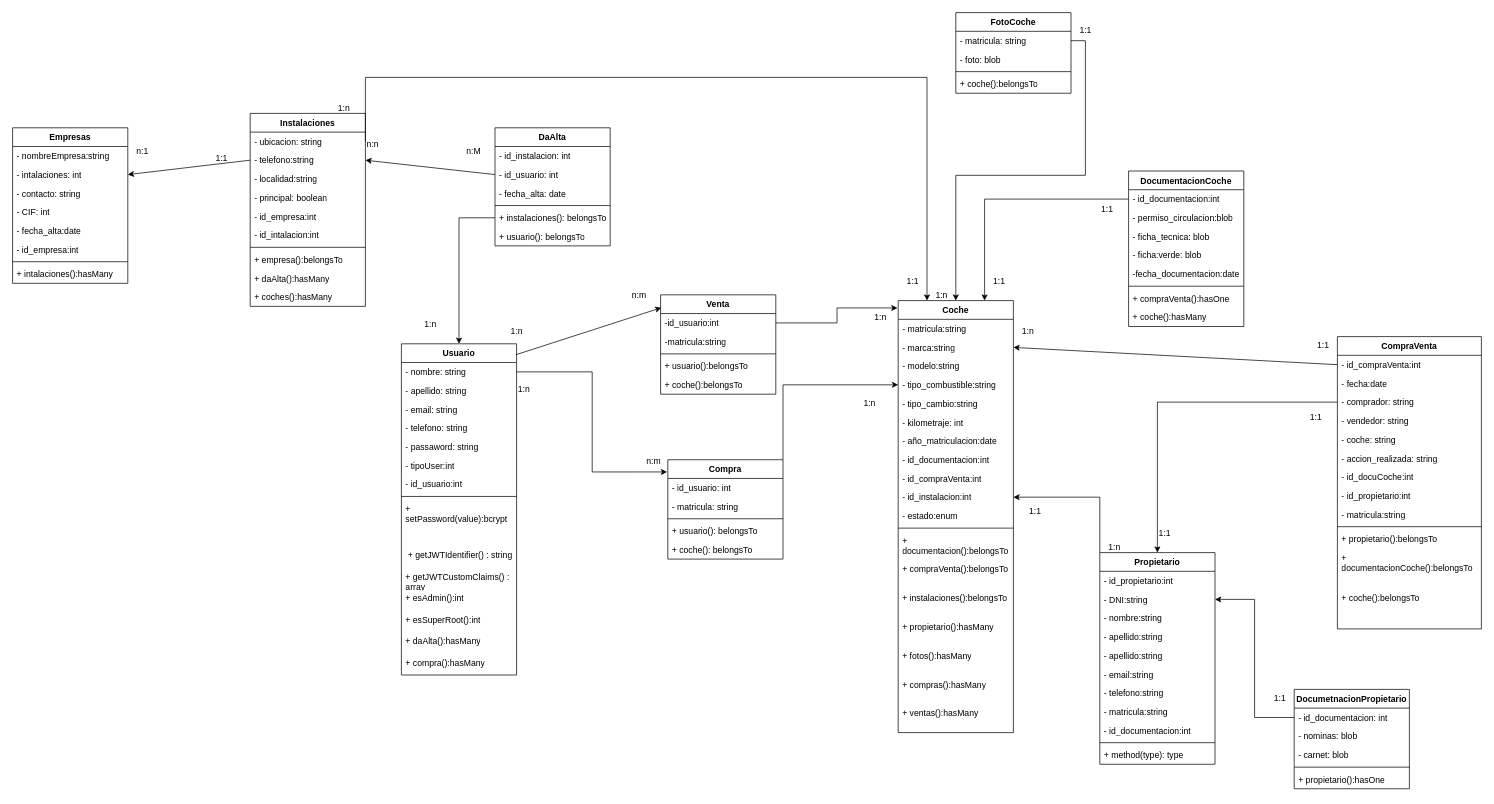
Earlier version of the draw.io diagram DOCS/Diagramas/DiagramaDeClases.drawio (nachete905/Gestor-documental). Source tidied: cells renumbered, new cells numbered last; positions are measured from the earlier drawing's top-left corner, leaving out a move shared by most shapes. Both pictures are drawn from the tidied source at 72%, with x=0, y=0 at pixel (12, 12).
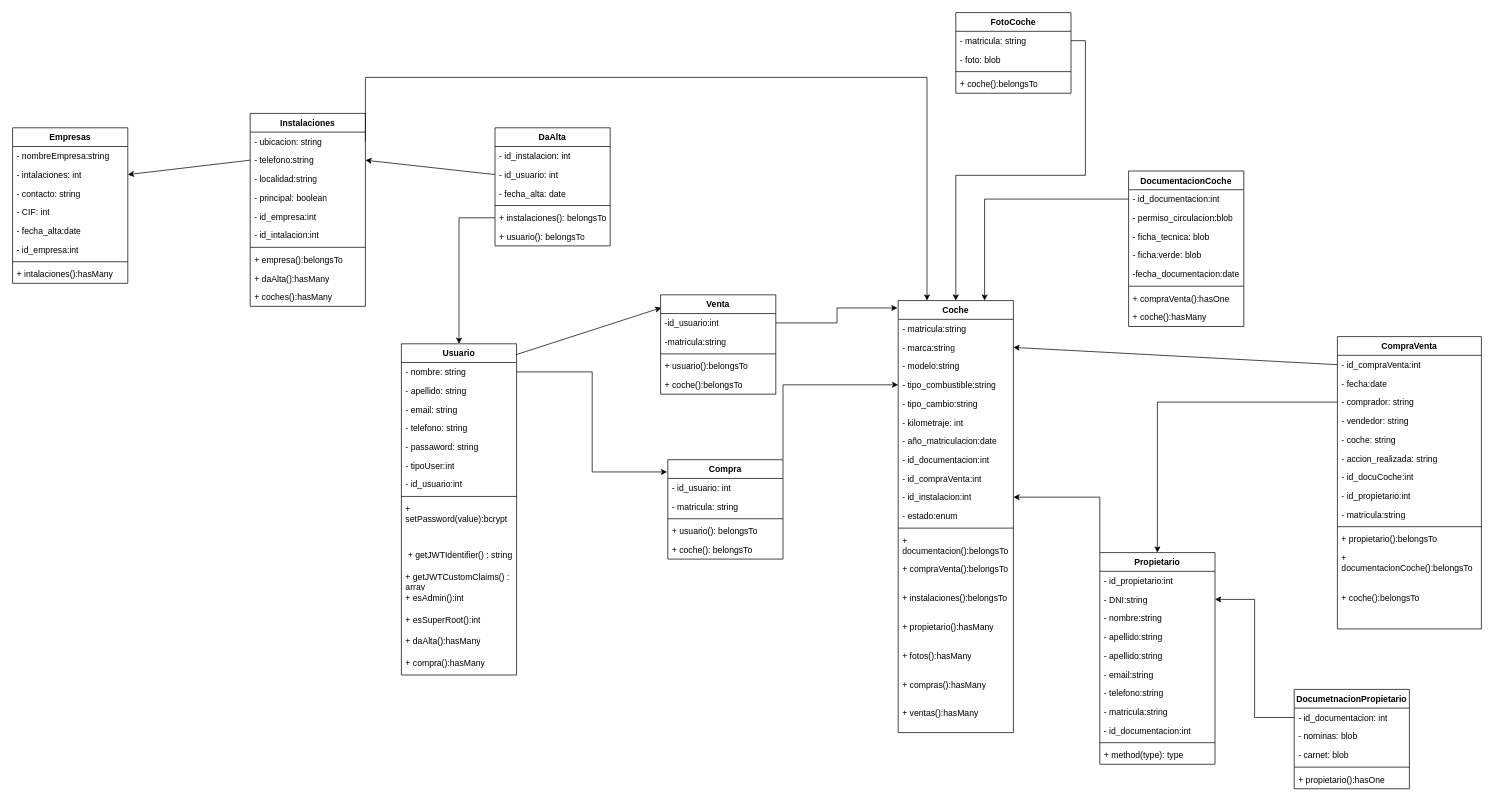
Above is the later version.

What changed in the source:
```diff
@@
-    <mxCell id="136" value="n:1" style="text;html=1;align=center;verticalAlign=middle;strokeColor=none;fillColor=none;" parent="1" vertex="1">
-      <mxGeometry x="160" y="178" width="40" height="30" as="geometry" />
-    </mxCell>
-    <mxCell id="137" value="1:1" style="text;html=1;align=center;verticalAlign=middle;strokeColor=none;fillColor=none;" parent="1" vertex="1">
-      <mxGeometry x="270" y="188" width="40" height="30" as="geometry" />
-    </mxCell>
-    <mxCell id="138" value="n:n" style="text;html=1;align=center;verticalAlign=middle;strokeColor=none;fillColor=none;" parent="1" vertex="1">
-      <mxGeometry x="480" y="168" width="40" height="30" as="geometry" />
-    </mxCell>
-    <mxCell id="139" value="n:M" style="text;html=1;align=center;verticalAlign=middle;strokeColor=none;fillColor=none;" parent="1" vertex="1">
-      <mxGeometry x="620" y="178" width="40" height="30" as="geometry" />
-    </mxCell>
-    <mxCell id="140" value="1:n" style="text;html=1;align=center;verticalAlign=middle;strokeColor=none;fillColor=none;" parent="1" vertex="1">
-      <mxGeometry x="560" y="418" width="40" height="30" as="geometry" />
-    </mxCell>
-    <mxCell id="141" value="1:n" style="text;html=1;align=center;verticalAlign=middle;strokeColor=none;fillColor=none;" parent="1" vertex="1">
-      <mxGeometry x="680" y="428" width="40" height="30" as="geometry" />
-    </mxCell>
-    <mxCell id="142" value="1:n" style="text;html=1;align=center;verticalAlign=middle;strokeColor=none;fillColor=none;" parent="1" vertex="1">
-      <mxGeometry x="690" y="508" width="40" height="30" as="geometry" />
-    </mxCell>
-    <mxCell id="143" value="n:m" style="text;html=1;align=center;verticalAlign=middle;strokeColor=none;fillColor=none;" parent="1" vertex="1">
-      <mxGeometry x="850" y="378" width="40" height="30" as="geometry" />
-    </mxCell>
-    <mxCell id="144" value="n:m" style="text;html=1;align=center;verticalAlign=middle;strokeColor=none;fillColor=none;" parent="1" vertex="1">
-      <mxGeometry x="870" y="608" width="40" height="30" as="geometry" />
-    </mxCell>
-    <mxCell id="145" value="1:1" style="text;html=1;align=center;verticalAlign=middle;strokeColor=none;fillColor=none;" parent="1" vertex="1">
-      <mxGeometry x="1470" y="10" width="40" height="30" as="geometry" />
-    </mxCell>
-    <mxCell id="146" value="1:n" style="text;html=1;align=center;verticalAlign=middle;strokeColor=none;fillColor=none;" parent="1" vertex="1">
-      <mxGeometry x="1270" y="378" width="40" height="30" as="geometry" />
-    </mxCell>
-    <mxCell id="147" value="1:n" style="text;html=1;align=center;verticalAlign=middle;strokeColor=none;fillColor=none;" parent="1" vertex="1">
-      <mxGeometry x="1185" y="408" width="40" height="30" as="geometry" />
-    </mxCell>
-    <mxCell id="148" value="1:n" style="text;html=1;align=center;verticalAlign=middle;strokeColor=none;fillColor=none;" parent="1" vertex="1">
-      <mxGeometry x="1170" y="528" width="40" height="30" as="geometry" />
-    </mxCell>
@@
-    <mxCell id="150" value="1:1" style="text;html=1;align=center;verticalAlign=middle;strokeColor=none;fillColor=none;" parent="1" vertex="1">
-      <mxGeometry x="1230" y="358" width="40" height="30" as="geometry" />
-    </mxCell>
-    <mxCell id="151" value="1:n" style="text;html=1;align=center;verticalAlign=middle;strokeColor=none;fillColor=none;" parent="1" vertex="1">
-      <mxGeometry x="440" y="118" width="40" height="30" as="geometry" />
-    </mxCell>
-    <mxCell id="152" value="1:1" style="text;html=1;align=center;verticalAlign=middle;strokeColor=none;fillColor=none;" parent="1" vertex="1">
-      <mxGeometry x="1400" y="678" width="40" height="30" as="geometry" />
-    </mxCell>
-    <mxCell id="153" value="1:n" style="text;html=1;align=center;verticalAlign=middle;strokeColor=none;fillColor=none;" parent="1" vertex="1">
-      <mxGeometry x="1510" y="728" width="40" height="30" as="geometry" />
-    </mxCell>
-    <mxCell id="154" value="1:1" style="text;html=1;align=center;verticalAlign=middle;strokeColor=none;fillColor=none;" parent="1" vertex="1">
-      <mxGeometry x="1580" y="708" width="40" height="30" as="geometry" />
-    </mxCell>
-    <mxCell id="155" value="1:1" style="text;html=1;align=center;verticalAlign=middle;strokeColor=none;fillColor=none;" parent="1" vertex="1">
-      <mxGeometry x="1740" y="938" width="40" height="30" as="geometry" />
-    </mxCell>
-    <mxCell id="156" value="1:n" style="text;html=1;align=center;verticalAlign=middle;strokeColor=none;fillColor=none;" parent="1" vertex="1">
-      <mxGeometry x="1390" y="428" width="40" height="30" as="geometry" />
-    </mxCell>
-    <mxCell id="157" value="1:1" style="text;html=1;align=center;verticalAlign=middle;strokeColor=none;fillColor=none;" parent="1" vertex="1">
-      <mxGeometry x="1800" y="448" width="40" height="30" as="geometry" />
-    </mxCell>
-    <mxCell id="158" value="1:1" style="text;html=1;align=center;verticalAlign=middle;strokeColor=none;fillColor=none;" parent="1" vertex="1">
-      <mxGeometry x="1350" y="358" width="40" height="30" as="geometry" />
-    </mxCell>
-    <mxCell id="159" value="1:1" style="text;html=1;align=center;verticalAlign=middle;strokeColor=none;fillColor=none;" parent="1" vertex="1">
-      <mxGeometry x="1500" y="258" width="40" height="30" as="geometry" />
-    </mxCell>
-    <mxCell id="160" value="1:1" style="text;html=1;align=center;verticalAlign=middle;strokeColor=none;fillColor=none;" parent="1" vertex="1">
-      <mxGeometry x="1790" y="548" width="40" height="30" as="geometry" />
-    </mxCell>
```
